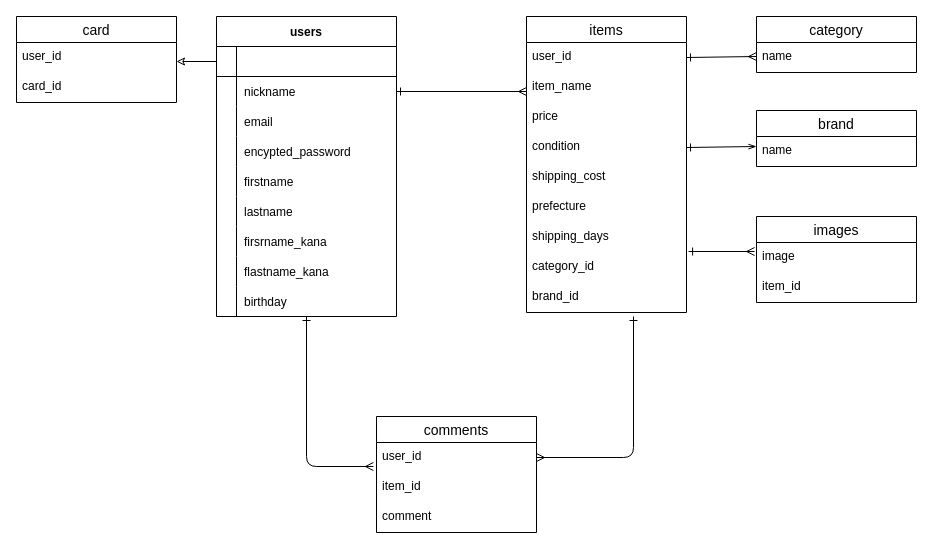
manami0624/furima-39355 keeps this draw.io diagram as test.dio. Above is the earlier version. Source tidied: cells renumbered, new cells numbered last; positions are measured from the earlier drawing's top-left corner, leaving out a move shared by most shapes. Both pictures are drawn from the tidied source at 100%, with x=0, y=0 at pixel (16, 16).
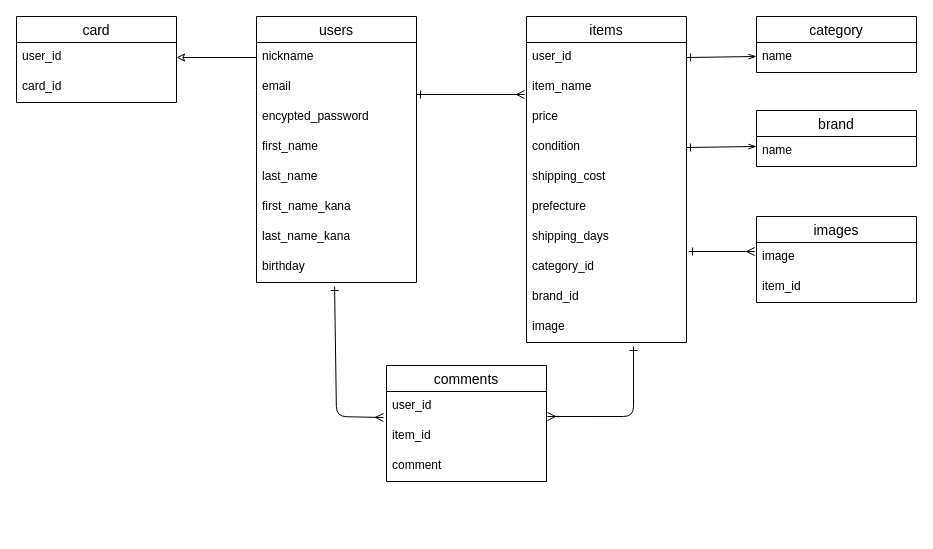
The same page after the edit.

Commit message (it also covers changes not shown here):
READMEにデータベース設計を記述

The change refers to these unchanged cells:
```xml
<mxCell id="44" value="user_id" style="text;strokeColor=none;fillColor=none;spacingLeft=4;spacingRight=4;overflow=hidden;points=[[0,0.5],[1,0.5]];portConstraint=eastwest;fontSize=12;" parent="43" vertex="1">
  <mxGeometry y="26" width="160" height="30" as="geometry" />
</mxCell>
<mxCell id="48" value="user_id" style="text;strokeColor=none;fillColor=none;spacingLeft=4;spacingRight=4;overflow=hidden;points=[[0,0.5],[1,0.5]];portConstraint=eastwest;fontSize=12;" parent="47" vertex="1">
  <mxGeometry y="26" width="160" height="30" as="geometry" />
</mxCell>
<mxCell id="52" value="user_id" style="text;strokeColor=none;fillColor=none;spacingLeft=4;spacingRight=4;overflow=hidden;points=[[0,0.5],[1,0.5]];portConstraint=eastwest;fontSize=12;" parent="51" vertex="1">
  <mxGeometry y="26" width="160" height="30" as="geometry" />
</mxCell>
<mxCell id="53" value="item_name" style="text;strokeColor=none;fillColor=none;spacingLeft=4;spacingRight=4;overflow=hidden;points=[[0,0.5],[1,0.5]];portConstraint=eastwest;fontSize=12;" parent="51" vertex="1">
  <mxGeometry y="56" width="160" height="30" as="geometry" />
</mxCell>
```

Change to the diagram source:
```diff
@@
-    <mxCell id="2" style="edgeStyle=none;html=1;exitX=1;exitY=0.5;exitDx=0;exitDy=0;endArrow=ERmany;endFill=0;startArrow=ERone;startFill=0;entryX=0;entryY=0.633;entryDx=0;entryDy=0;entryPerimeter=0;" parent="1" edge="1" source="8">
-      <mxGeometry relative="1" as="geometry">
-        <mxPoint x="510" y="75" as="targetPoint" />
-      </mxGeometry>
+    <mxCell id="2" style="edgeStyle=none;html=1;exitX=1;exitY=0.733;exitDx=0;exitDy=0;endArrow=ERmany;endFill=0;startArrow=ERone;startFill=0;exitPerimeter=0;entryX=-0.012;entryY=0.733;entryDx=0;entryDy=0;entryPerimeter=0;" parent="1" edge="1" source="13" target="53">
+      <mxGeometry relative="1" as="geometry" />
     </mxCell>
-    <mxCell id="3" style="edgeStyle=none;html=1;entryX=-0.017;entryY=1;entryDx=0;entryDy=0;entryPerimeter=0;endArrow=ERmany;endFill=0;startArrow=ERone;startFill=0;" parent="1" edge="1" source="4">
+    <mxCell id="3" style="edgeStyle=none;html=1;endArrow=ERmany;endFill=0;startArrow=ERone;startFill=0;exitX=0.488;exitY=1.133;exitDx=0;exitDy=0;exitPerimeter=0;entryX=-0.019;entryY=0.867;entryDx=0;entryDy=0;entryPerimeter=0;" parent="1" edge="1" source="31" target="48">
       <mxGeometry relative="1" as="geometry">
-        <mxPoint x="356.9" y="450" as="targetPoint" />
         <Array as="points">
-          <mxPoint x="290" y="450" />
+          <mxPoint x="320" y="400" />
         </Array>
       </mxGeometry>
     </mxCell>
-    <mxCell id="4" value="users" style="shape=table;startSize=30;childLayout=tableLayout;rowLines=0;fontStyle=1;align=center;" parent="1" vertex="1">
-      <mxGeometry x="200" width="180" height="300" as="geometry" />
-    </mxCell>
-    <mxCell id="5" style="shape=tableRow;horizontal=0;startSize=0;swimlaneHead=0;swimlaneBody=0;fillColor=none;points=[[0,0.5],[1,0.5]];portConstraint=eastwest;top=0;left=0;right=0;bottom=1;" parent="4" vertex="1">
-      <mxGeometry y="30" width="180" height="30" as="geometry" />
-    </mxCell>
-    <mxCell id="6" style="shape=partialRectangle;fillColor=none;top=0;left=0;bottom=0;right=0;fontStyle=1;overflow=hidden;" parent="5" vertex="1">
-      <mxGeometry width="20" height="30" as="geometry" />
-    </mxCell>
-    <mxCell id="7" style="shape=partialRectangle;fillColor=none;top=0;left=0;bottom=0;right=0;align=left;spacingLeft=6;fontStyle=5;overflow=hidden;" parent="5" vertex="1">
-      <mxGeometry x="20" width="160" height="30" as="geometry" />
-    </mxCell>
-    <mxCell id="8" style="shape=tableRow;horizontal=0;startSize=0;swimlaneHead=0;swimlaneBody=0;fillColor=none;points=[[0,0.5],[1,0.5]];portConstraint=eastwest;top=0;left=0;right=0;bottom=0;" parent="4" vertex="1">
-      <mxGeometry y="60" width="180" height="30" as="geometry" />
-    </mxCell>
-    <mxCell id="9" style="shape=partialRectangle;fillColor=none;top=0;left=0;bottom=0;right=0;overflow=hidden;" parent="8" vertex="1">
-      <mxGeometry width="20" height="30" as="geometry" />
-    </mxCell>
-    <mxCell id="10" value="nickname" style="shape=partialRectangle;fillColor=none;top=0;left=0;bottom=0;right=0;align=left;spacingLeft=6;overflow=hidden;" parent="8" vertex="1">
-      <mxGeometry x="20" width="160" height="30" as="geometry" />
-    </mxCell>
-    <mxCell id="11" style="shape=tableRow;horizontal=0;startSize=0;swimlaneHead=0;swimlaneBody=0;fillColor=none;top=0;left=0;right=0;bottom=0;" parent="4" vertex="1">
-      <mxGeometry y="90" width="180" height="30" as="geometry" />
-    </mxCell>
-    <mxCell id="12" style="shape=partialRectangle;fillColor=none;top=0;left=0;bottom=0;right=0;overflow=hidden;" parent="11" vertex="1">
-      <mxGeometry width="20" height="30" as="geometry" />
-    </mxCell>
-    <mxCell id="13" value="email" style="shape=partialRectangle;fillColor=none;top=0;left=0;bottom=0;right=0;align=left;spacingLeft=6;overflow=hidden;" parent="11" vertex="1">
-      <mxGeometry x="20" width="160" height="30" as="geometry" />
-    </mxCell>
-    <mxCell id="14" style="shape=tableRow;horizontal=0;startSize=0;swimlaneHead=0;swimlaneBody=0;fillColor=none;top=0;left=0;right=0;bottom=0;" parent="4" vertex="1">
-      <mxGeometry y="120" width="180" height="30" as="geometry" />
-    </mxCell>
-    <mxCell id="15" style="shape=partialRectangle;fillColor=none;top=0;left=0;bottom=0;right=0;overflow=hidden;" parent="14" vertex="1">
-      <mxGeometry width="20" height="30" as="geometry" />
-    </mxCell>
-    <mxCell id="16" value="encypted_password" style="shape=partialRectangle;fillColor=none;top=0;left=0;bottom=0;right=0;align=left;spacingLeft=6;overflow=hidden;" parent="14" vertex="1">
-      <mxGeometry x="20" width="160" height="30" as="geometry" />
-    </mxCell>
-    <mxCell id="17" style="shape=tableRow;horizontal=0;startSize=0;swimlaneHead=0;swimlaneBody=0;fillColor=none;top=0;left=0;right=0;bottom=0;" parent="4" vertex="1">
-      <mxGeometry y="150" width="180" height="30" as="geometry" />
-    </mxCell>
-    <mxCell id="18" style="shape=partialRectangle;fillColor=none;top=0;left=0;bottom=0;right=0;overflow=hidden;" parent="17" vertex="1">
-      <mxGeometry width="20" height="30" as="geometry" />
-    </mxCell>
-    <mxCell id="19" value="firstname" style="shape=partialRectangle;fillColor=none;top=0;left=0;bottom=0;right=0;align=left;spacingLeft=6;overflow=hidden;" parent="17" vertex="1">
-      <mxGeometry x="20" width="160" height="30" as="geometry" />
-    </mxCell>
-    <mxCell id="20" style="shape=tableRow;horizontal=0;startSize=0;swimlaneHead=0;swimlaneBody=0;fillColor=none;top=0;left=0;right=0;bottom=0;" parent="4" vertex="1">
-      <mxGeometry y="180" width="180" height="30" as="geometry" />
-    </mxCell>
-    <mxCell id="21" style="shape=partialRectangle;fillColor=none;top=0;left=0;bottom=0;right=0;overflow=hidden;" parent="20" vertex="1">
-      <mxGeometry width="20" height="30" as="geometry" />
-    </mxCell>
-    <mxCell id="22" value="lastname" style="shape=partialRectangle;fillColor=none;top=0;left=0;bottom=0;right=0;align=left;spacingLeft=6;overflow=hidden;" parent="20" vertex="1">
-      <mxGeometry x="20" width="160" height="30" as="geometry" />
-    </mxCell>
-    <mxCell id="23" style="shape=tableRow;horizontal=0;startSize=0;swimlaneHead=0;swimlaneBody=0;fillColor=none;top=0;left=0;right=0;bottom=0;" parent="4" vertex="1">
-      <mxGeometry y="210" width="180" height="30" as="geometry" />
-    </mxCell>
-    <mxCell id="24" style="shape=partialRectangle;fillColor=none;top=0;left=0;bottom=0;right=0;overflow=hidden;" parent="23" vertex="1">
-      <mxGeometry width="20" height="30" as="geometry" />
-    </mxCell>
-    <mxCell id="25" value="firsrname_kana" style="shape=partialRectangle;fillColor=none;top=0;left=0;bottom=0;right=0;align=left;spacingLeft=6;overflow=hidden;" parent="23" vertex="1">
-      <mxGeometry x="20" width="160" height="30" as="geometry" />
-    </mxCell>
-    <mxCell id="26" style="shape=tableRow;horizontal=0;startSize=0;swimlaneHead=0;swimlaneBody=0;fillColor=none;top=0;left=0;right=0;bottom=0;" parent="4" vertex="1">
-      <mxGeometry y="240" width="180" height="30" as="geometry" />
-    </mxCell>
-    <mxCell id="27" style="shape=partialRectangle;fillColor=none;top=0;left=0;bottom=0;right=0;overflow=hidden;" parent="26" vertex="1">
-      <mxGeometry width="20" height="30" as="geometry" />
-    </mxCell>
-    <mxCell id="28" value="flastname_kana" style="shape=partialRectangle;fillColor=none;top=0;left=0;bottom=0;right=0;align=left;spacingLeft=6;overflow=hidden;" parent="26" vertex="1">
-      <mxGeometry x="20" width="160" height="30" as="geometry" />
-    </mxCell>
-    <mxCell id="29" style="shape=tableRow;horizontal=0;startSize=0;swimlaneHead=0;swimlaneBody=0;fillColor=none;top=0;left=0;right=0;bottom=0;" parent="4" vertex="1">
-      <mxGeometry y="270" width="180" height="30" as="geometry" />
-    </mxCell>
-    <mxCell id="30" style="shape=partialRectangle;fillColor=none;top=0;left=0;bottom=0;right=0;overflow=hidden;" parent="29" vertex="1">
-      <mxGeometry width="20" height="30" as="geometry" />
-    </mxCell>
-    <mxCell id="31" value="birthday" style="shape=partialRectangle;fillColor=none;top=0;left=0;bottom=0;right=0;align=left;spacingLeft=6;overflow=hidden;" parent="29" vertex="1">
-      <mxGeometry x="20" width="160" height="30" as="geometry" />
-    </mxCell>
@@
-    <mxCell id="37" style="edgeStyle=none;html=1;startArrow=ERone;startFill=0;endArrow=ERmany;endFill=0;exitX=1;exitY=0.5;exitDx=0;exitDy=0;" parent="1" edge="1" source="52">
+    <mxCell id="37" style="edgeStyle=none;html=1;startArrow=ERone;startFill=0;endArrow=openThin;endFill=0;exitX=1;exitY=0.5;exitDx=0;exitDy=0;" parent="1" edge="1" source="52">
       <mxGeometry relative="1" as="geometry">
         <mxPoint x="740" y="40" as="targetPoint" />
       </mxGeometry>
     </mxCell>
@@
-    <mxCell id="42" style="edgeStyle=none;html=1;entryX=1;entryY=0.5;entryDx=0;entryDy=0;startArrow=ERone;startFill=0;endArrow=ERmany;endFill=0;" parent="1" edge="1" target="48">
+    <mxCell id="42" style="edgeStyle=none;html=1;entryX=1.006;entryY=0.833;entryDx=0;entryDy=0;startArrow=ERone;startFill=0;endArrow=ERmany;endFill=0;entryPerimeter=0;exitX=0.669;exitY=1.133;exitDx=0;exitDy=0;exitPerimeter=0;" parent="1" edge="1" source="61" target="48">
       <mxGeometry relative="1" as="geometry">
-        <mxPoint x="617" y="300" as="sourcePoint" />
         <Array as="points">
-          <mxPoint x="617" y="441" />
+          <mxPoint x="617" y="400" />
         </Array>
       </mxGeometry>
     </mxCell>
@@
-    <mxCell id="46" style="edgeStyle=none;html=1;startArrow=classic;startFill=0;endArrow=baseDash;endFill=0;entryX=0;entryY=0.5;entryDx=0;entryDy=0;" parent="1" edge="1" target="5">
-      <mxGeometry relative="1" as="geometry">
-        <mxPoint x="160" y="45" as="sourcePoint" />
-      </mxGeometry>
+    <mxCell id="46" style="edgeStyle=none;html=1;startArrow=classic;startFill=0;endArrow=baseDash;endFill=0;entryX=0;entryY=0.5;entryDx=0;entryDy=0;exitX=1;exitY=0.5;exitDx=0;exitDy=0;" parent="1" edge="1" source="44" target="10">
+      <mxGeometry relative="1" as="geometry" />
     </mxCell>
     <mxCell id="47" value="comments" style="swimlane;fontStyle=0;horizontal=1;startSize=26;align=center;fontSize=14;" parent="1" vertex="1">
-      <mxGeometry x="360" y="400" width="160" height="116" as="geometry" />
+      <mxGeometry x="370" y="349" width="160" height="116" as="geometry" />
     </mxCell>
@@
     <mxCell id="51" value="items" style="swimlane;fontStyle=0;horizontal=1;startSize=26;align=center;fontSize=14;" parent="1" vertex="1">
-      <mxGeometry x="510" width="160" height="296" as="geometry" />
+      <mxGeometry x="510" width="160" height="326" as="geometry" />
     </mxCell>
@@
+    <mxCell id="61" value="image" style="text;strokeColor=none;fillColor=none;spacingLeft=4;spacingRight=4;overflow=hidden;points=[[0,0.5],[1,0.5]];portConstraint=eastwest;fontSize=12;" parent="51" vertex="1">
+      <mxGeometry y="296" width="160" height="30" as="geometry" />
+    </mxCell>
+    <mxCell id="4" value="users" style="swimlane;fontStyle=0;horizontal=1;startSize=26;align=center;fontSize=14;" parent="1" vertex="1">
+      <mxGeometry x="240" width="160" height="266" as="geometry" />
+    </mxCell>
+    <mxCell id="10" value="nickname" style="text;strokeColor=none;fillColor=none;spacingLeft=4;spacingRight=4;overflow=hidden;points=[[0,0.5],[1,0.5]];portConstraint=eastwest;fontSize=12;" parent="4" vertex="1">
+      <mxGeometry y="26" width="160" height="30" as="geometry" />
+    </mxCell>
+    <mxCell id="13" value="email" style="text;strokeColor=none;fillColor=none;spacingLeft=4;spacingRight=4;overflow=hidden;points=[[0,0.5],[1,0.5]];portConstraint=eastwest;fontSize=12;" parent="4" vertex="1">
+      <mxGeometry y="56" width="160" height="30" as="geometry" />
+    </mxCell>
+    <mxCell id="16" value="encypted_password" style="text;strokeColor=none;fillColor=none;spacingLeft=4;spacingRight=4;overflow=hidden;fontSize=12;" parent="4" vertex="1">
+      <mxGeometry y="86" width="160" height="30" as="geometry" />
+    </mxCell>
+    <mxCell id="62" value="first_name" style="text;strokeColor=none;fillColor=none;spacingLeft=4;spacingRight=4;overflow=hidden;fontSize=12;" parent="4" vertex="1">
+      <mxGeometry y="116" width="160" height="30" as="geometry" />
+    </mxCell>
+    <mxCell id="63" value="last_name" style="text;strokeColor=none;fillColor=none;spacingLeft=4;spacingRight=4;overflow=hidden;fontSize=12;" parent="4" vertex="1">
+      <mxGeometry y="146" width="160" height="30" as="geometry" />
+    </mxCell>
+    <mxCell id="64" value="first_name_kana" style="text;strokeColor=none;fillColor=none;spacingLeft=4;spacingRight=4;overflow=hidden;fontSize=12;" parent="4" vertex="1">
+      <mxGeometry y="176" width="160" height="30" as="geometry" />
+    </mxCell>
+    <mxCell id="65" value="last_name_kana" style="text;strokeColor=none;fillColor=none;spacingLeft=4;spacingRight=4;overflow=hidden;fontSize=12;" parent="4" vertex="1">
+      <mxGeometry y="206" width="160" height="30" as="geometry" />
+    </mxCell>
+    <mxCell id="31" value="birthday" style="text;strokeColor=none;fillColor=none;spacingLeft=4;spacingRight=4;overflow=hidden;points=[[0,0.5],[1,0.5]];portConstraint=eastwest;fontSize=12;" parent="4" vertex="1">
+      <mxGeometry y="236" width="160" height="30" as="geometry" />
+    </mxCell>
```
